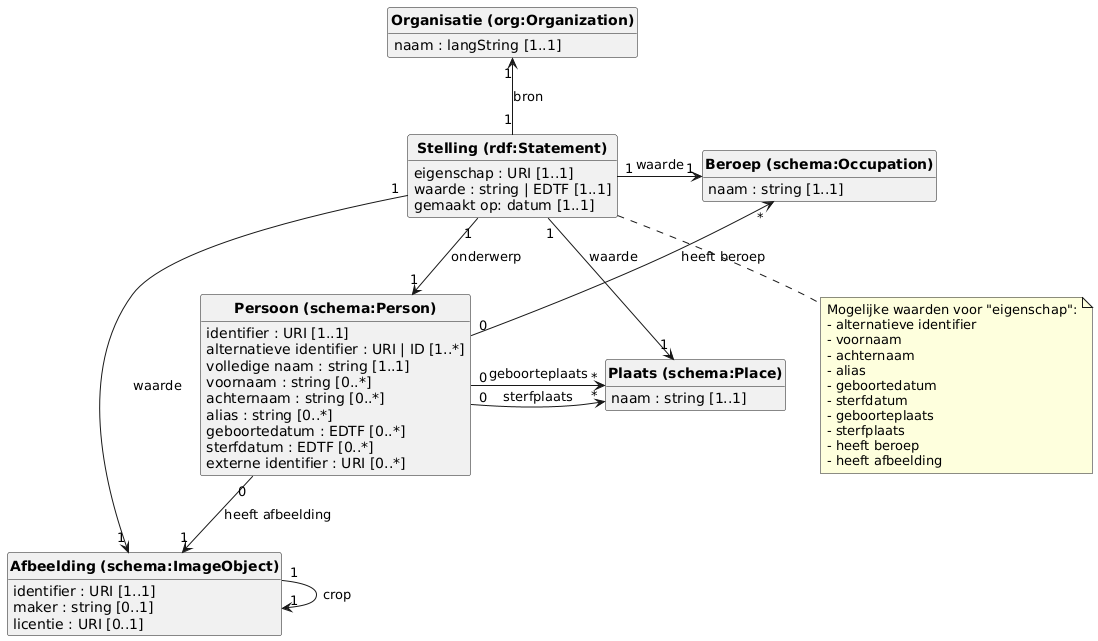
Above: datamodel/diagram.png in viaacode/visual-name-authority-project (PlantUML), before the change.
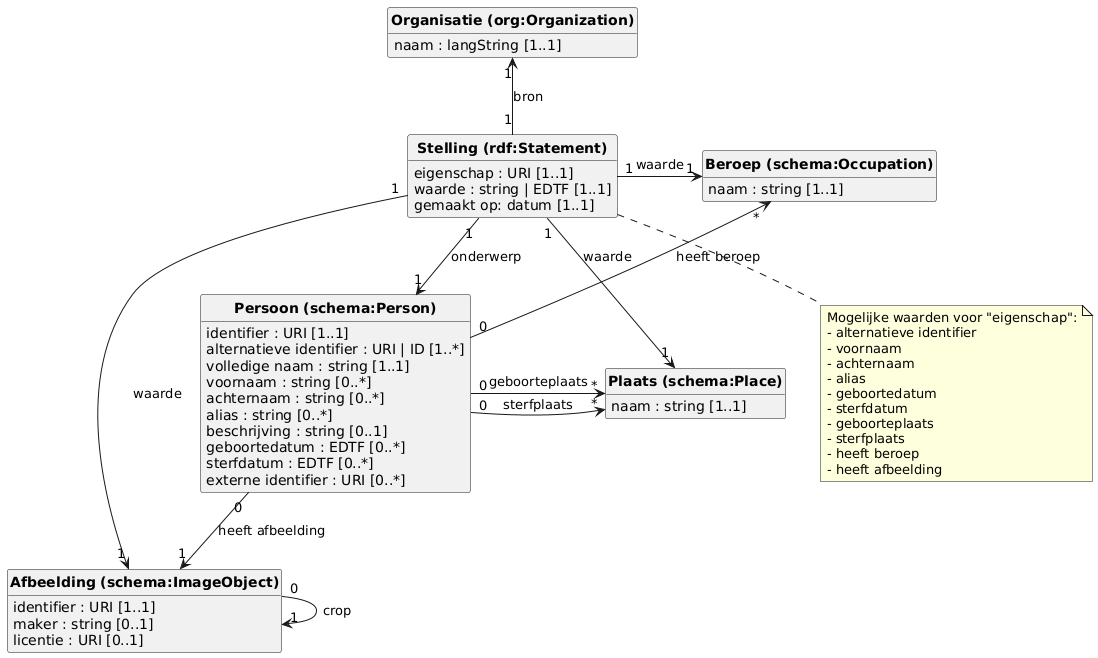
Above is the later version.

Commit message:
update datamodel: merge GIVE

Change to the diagram source:
```diff
@@ -6,6 +6,7 @@
     voornaam : string [0..*]
     achternaam : string [0..*]
     alias : string [0..*]
+    beschrijving : string [0..1]
     geboortedatum : EDTF [0..*]
     sterfdatum : EDTF [0..*]
     externe identifier : URI [0..*]
@@ -29,7 +30,7 @@
 "<b>Persoon (schema:Person)</b>" "0" -> "*" "<b>Plaats (schema:Place)</b>" : sterfplaats
 "<b>Beroep (schema:Occupation)</b>" "*" <-- "0" "<b>Persoon (schema:Person)</b>": heeft beroep
 "<b>Persoon (schema:Person)</b>" "0" --> "1" "<b>Afbeelding (schema:ImageObject)</b>": heeft afbeelding
-"<b>Afbeelding (schema:ImageObject)</b>" "1" --> "1" "<b>Afbeelding (schema:ImageObject)</b>": crop
+"<b>Afbeelding (schema:ImageObject)</b>" "0" --> "1" "<b>Afbeelding (schema:ImageObject)</b>": crop
 
 class "<b>Organisatie (org:Organization)</b>" {
     naam : langString [1..1]
```
